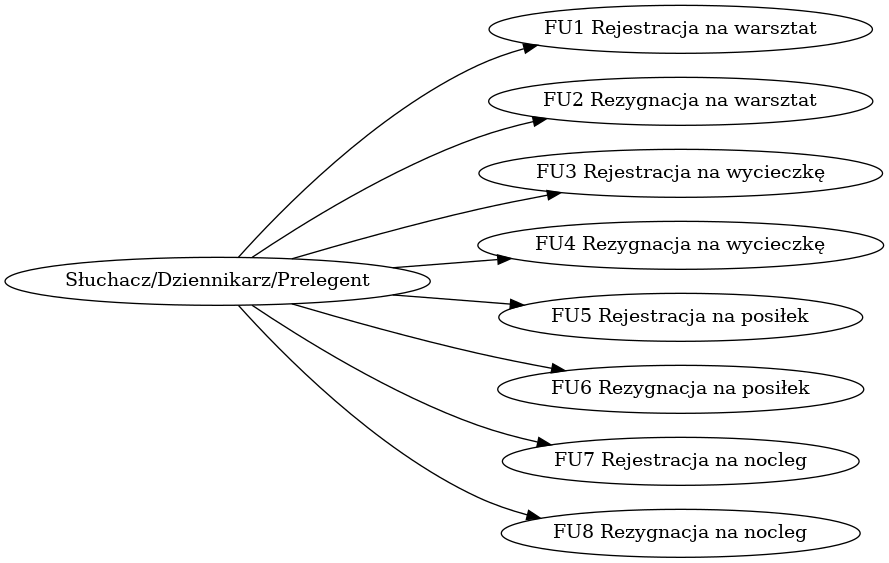
Before: ps.png, a diagram exported from Graphviz (zyla/iop_konferencja). Its source is kept beside it as ps.dot.
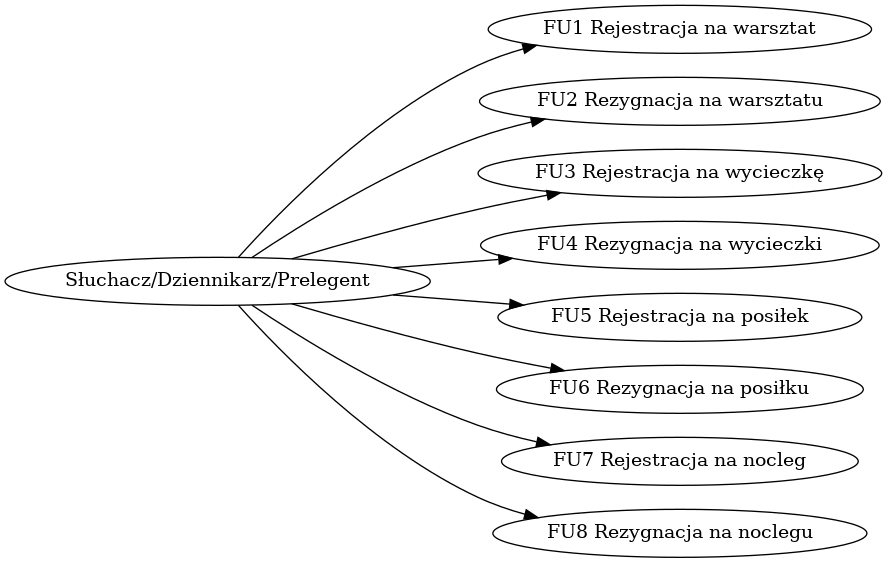
The same diagram one commit later.

Diff of the diagram source:
```diff
@@ -1,9 +1,9 @@
 digraph { rankdir=LR; "Słuchacz/Dziennikarz/Prelegent" -> "FU1 Rejestracja na warsztat"
-"Słuchacz/Dziennikarz/Prelegent" -> "FU2 Rezygnacja na warsztat"
+"Słuchacz/Dziennikarz/Prelegent" -> "FU2 Rezygnacja na warsztatu"
 "Słuchacz/Dziennikarz/Prelegent" -> "FU3 Rejestracja na wycieczkę"
-"Słuchacz/Dziennikarz/Prelegent" -> "FU4 Rezygnacja na wycieczkę"
+"Słuchacz/Dziennikarz/Prelegent" -> "FU4 Rezygnacja na wycieczki"
 "Słuchacz/Dziennikarz/Prelegent" -> "FU5 Rejestracja na posiłek"
-"Słuchacz/Dziennikarz/Prelegent" -> "FU6 Rezygnacja na posiłek"
+"Słuchacz/Dziennikarz/Prelegent" -> "FU6 Rezygnacja na posiłku"
 "Słuchacz/Dziennikarz/Prelegent" -> "FU7 Rejestracja na nocleg"
-"Słuchacz/Dziennikarz/Prelegent" -> "FU8 Rezygnacja na nocleg"
+"Słuchacz/Dziennikarz/Prelegent" -> "FU8 Rezygnacja na noclegu"
  }
```
